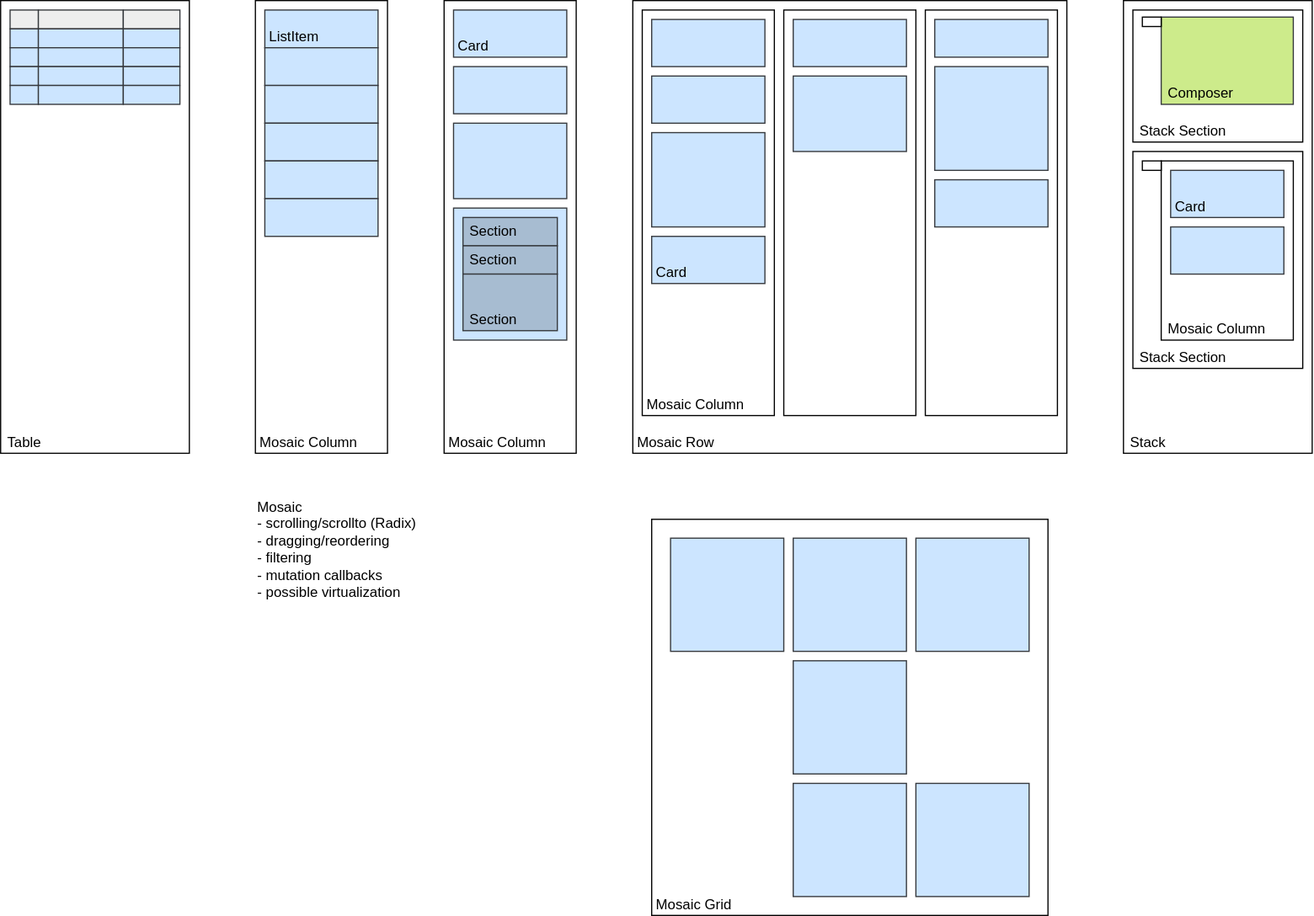
Above: packages/experimental/mosaic/docs/ux/cards.drawio.svg in dxos/dxos (draw.io), before the change. Source tidied: cells renumbered, new cells last; positions are measured from the earlier drawing's top-left corner, leaving out a move shared by most shapes.
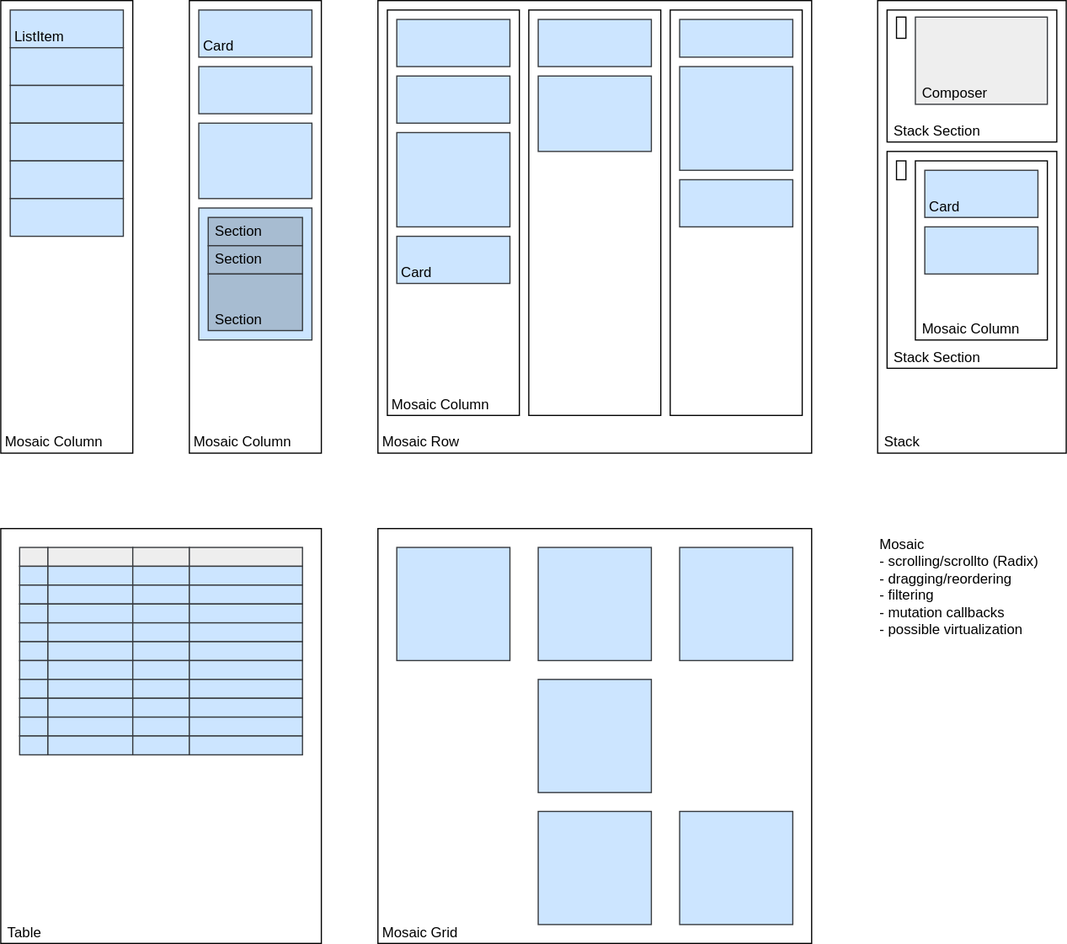
The same file after the commit.

Diff of the diagram source:
```diff
@@ -69,31 +69,31 @@
       <mxGeometry x="392" y="232" width="80" height="48" as="geometry" />
     </mxCell>
     <mxCell id="24" value="Stack" style="rounded=0;whiteSpace=wrap;html=1;align=left;verticalAlign=bottom;spacing=2;spacingLeft=4;spacingRight=2;" parent="1" vertex="1">
-      <mxGeometry x="952" width="160" height="384" as="geometry" />
+      <mxGeometry x="960" width="160" height="384" as="geometry" />
     </mxCell>
     <mxCell id="25" value="Stack Section" style="rounded=0;whiteSpace=wrap;html=1;spacing=2;spacingLeft=4;spacingRight=2;align=left;verticalAlign=bottom;" parent="1" vertex="1">
-      <mxGeometry x="960" y="8" width="144" height="112" as="geometry" />
+      <mxGeometry x="968" y="8" width="144" height="112" as="geometry" />
     </mxCell>
     <mxCell id="26" value="Stack Section" style="rounded=0;whiteSpace=wrap;html=1;spacing=2;spacingLeft=4;spacingRight=2;align=left;verticalAlign=bottom;" parent="1" vertex="1">
-      <mxGeometry x="960" y="128" width="144" height="184" as="geometry" />
+      <mxGeometry x="968" y="128" width="144" height="184" as="geometry" />
     </mxCell>
     <mxCell id="27" value="Mosaic Column" style="rounded=0;whiteSpace=wrap;html=1;spacing=2;spacingLeft=4;spacingRight=2;align=left;verticalAlign=bottom;" parent="1" vertex="1">
-      <mxGeometry x="984" y="136" width="112" height="152" as="geometry" />
+      <mxGeometry x="992" y="136" width="112" height="152" as="geometry" />
     </mxCell>
     <mxCell id="28" style="rounded=0;whiteSpace=wrap;html=1;" parent="1" vertex="1">
-      <mxGeometry x="968" y="136" width="16" height="8" as="geometry" />
+      <mxGeometry x="976" y="136" width="8" height="16" as="geometry" />
     </mxCell>
-    <mxCell id="29" value="Composer" style="rounded=0;whiteSpace=wrap;html=1;spacing=2;spacingLeft=4;spacingRight=2;align=left;verticalAlign=bottom;fillColor=#cdeb8b;strokeColor=#36393d;" parent="1" vertex="1">
-      <mxGeometry x="984" y="14" width="112" height="74" as="geometry" />
+    <mxCell id="29" value="Composer" style="rounded=0;whiteSpace=wrap;html=1;spacing=2;spacingLeft=4;spacingRight=2;align=left;verticalAlign=bottom;fillColor=#eeeeee;strokeColor=#36393d;" parent="1" vertex="1">
+      <mxGeometry x="992" y="14" width="112" height="74" as="geometry" />
     </mxCell>
     <mxCell id="30" style="rounded=0;whiteSpace=wrap;html=1;" parent="1" vertex="1">
-      <mxGeometry x="968" y="14" width="16" height="8" as="geometry" />
+      <mxGeometry x="976" y="14" width="8" height="18" as="geometry" />
     </mxCell>
     <mxCell id="31" style="rounded=0;whiteSpace=wrap;html=1;align=left;verticalAlign=bottom;spacing=2;spacingLeft=2;spacingRight=2;fillColor=#cce5ff;strokeColor=#36393d;" parent="1" vertex="1">
-      <mxGeometry x="992" y="192" width="96" height="40" as="geometry" />
+      <mxGeometry x="1000" y="192" width="96" height="40" as="geometry" />
     </mxCell>
     <mxCell id="32" value="Card" style="rounded=0;whiteSpace=wrap;html=1;align=left;verticalAlign=bottom;spacing=2;spacingLeft=2;spacingRight=2;fillColor=#cce5ff;strokeColor=#36393d;" parent="1" vertex="1">
-      <mxGeometry x="992" y="144" width="96" height="40" as="geometry" />
+      <mxGeometry x="1000" y="144" width="96" height="40" as="geometry" />
     </mxCell>
     <mxCell id="33" value="ListItem" style="rounded=0;whiteSpace=wrap;html=1;align=left;verticalAlign=bottom;spacing=2;spacingLeft=2;spacingRight=2;fillColor=#cce5ff;strokeColor=#36393d;" parent="1" vertex="1">
       <mxGeometry x="224" y="8" width="96" height="32" as="geometry" />
@@ -114,76 +114,163 @@
       <mxGeometry x="224" y="168" width="96" height="32" as="geometry" />
     </mxCell>
     <mxCell id="39" value="Mosaic&lt;br&gt;- scrolling/scrollto (Radix)&lt;br&gt;- dragging/reordering&lt;br&gt;- filtering&lt;br&gt;- mutation callbacks&lt;br&gt;- possible virtualization" style="rounded=0;whiteSpace=wrap;html=1;fillColor=none;strokeColor=none;align=left;verticalAlign=top;" parent="1" vertex="1">
-      <mxGeometry x="216" y="416" width="328" height="128" as="geometry" />
+      <mxGeometry x="960" y="448" width="160" height="352" as="geometry" />
     </mxCell>
     <mxCell id="40" value="Table" style="rounded=0;whiteSpace=wrap;html=1;align=left;verticalAlign=bottom;spacing=2;spacingLeft=4;spacingRight=2;" parent="1" vertex="1">
-      <mxGeometry width="160" height="384" as="geometry" />
+      <mxGeometry x="216" y="448" width="272" height="352" as="geometry" />
     </mxCell>
     <mxCell id="41" style="rounded=0;whiteSpace=wrap;html=1;align=left;verticalAlign=bottom;spacing=2;spacingLeft=2;spacingRight=2;fillColor=#eeeeee;strokeColor=#36393d;" parent="1" vertex="1">
-      <mxGeometry x="8" y="8" width="24" height="16" as="geometry" />
+      <mxGeometry x="232" y="464" width="24" height="16" as="geometry" />
     </mxCell>
     <mxCell id="42" style="rounded=0;whiteSpace=wrap;html=1;align=left;verticalAlign=bottom;spacing=2;spacingLeft=2;spacingRight=2;fillColor=#eeeeee;strokeColor=#36393d;" parent="1" vertex="1">
-      <mxGeometry x="32" y="8" width="72" height="16" as="geometry" />
+      <mxGeometry x="256" y="464" width="72" height="16" as="geometry" />
     </mxCell>
     <mxCell id="43" style="rounded=0;whiteSpace=wrap;html=1;align=left;verticalAlign=bottom;spacing=2;spacingLeft=2;spacingRight=2;fillColor=#eeeeee;strokeColor=#36393d;" parent="1" vertex="1">
-      <mxGeometry x="104" y="8" width="48" height="16" as="geometry" />
+      <mxGeometry x="328" y="464" width="48" height="16" as="geometry" />
     </mxCell>
     <mxCell id="44" style="rounded=0;whiteSpace=wrap;html=1;align=left;verticalAlign=bottom;spacing=2;spacingLeft=2;spacingRight=2;fillColor=#cce5ff;strokeColor=#36393d;" parent="1" vertex="1">
-      <mxGeometry x="8" y="24" width="24" height="16" as="geometry" />
+      <mxGeometry x="232" y="480" width="24" height="16" as="geometry" />
     </mxCell>
     <mxCell id="45" style="rounded=0;whiteSpace=wrap;html=1;align=left;verticalAlign=bottom;spacing=2;spacingLeft=2;spacingRight=2;fillColor=#cce5ff;strokeColor=#36393d;" parent="1" vertex="1">
-      <mxGeometry x="32" y="24" width="72" height="16" as="geometry" />
+      <mxGeometry x="256" y="480" width="72" height="16" as="geometry" />
     </mxCell>
     <mxCell id="46" style="rounded=0;whiteSpace=wrap;html=1;align=left;verticalAlign=bottom;spacing=2;spacingLeft=2;spacingRight=2;fillColor=#cce5ff;strokeColor=#36393d;" parent="1" vertex="1">
-      <mxGeometry x="104" y="24" width="48" height="16" as="geometry" />
+      <mxGeometry x="328" y="480" width="48" height="16" as="geometry" />
     </mxCell>
     <mxCell id="47" style="rounded=0;whiteSpace=wrap;html=1;align=left;verticalAlign=bottom;spacing=2;spacingLeft=2;spacingRight=2;fillColor=#cce5ff;strokeColor=#36393d;" parent="1" vertex="1">
-      <mxGeometry x="8" y="40" width="24" height="16" as="geometry" />
+      <mxGeometry x="232" y="496" width="24" height="16" as="geometry" />
     </mxCell>
     <mxCell id="48" style="rounded=0;whiteSpace=wrap;html=1;align=left;verticalAlign=bottom;spacing=2;spacingLeft=2;spacingRight=2;fillColor=#cce5ff;strokeColor=#36393d;" parent="1" vertex="1">
-      <mxGeometry x="32" y="40" width="72" height="16" as="geometry" />
+      <mxGeometry x="256" y="496" width="72" height="16" as="geometry" />
     </mxCell>
     <mxCell id="49" style="rounded=0;whiteSpace=wrap;html=1;align=left;verticalAlign=bottom;spacing=2;spacingLeft=2;spacingRight=2;fillColor=#cce5ff;strokeColor=#36393d;" parent="1" vertex="1">
-      <mxGeometry x="104" y="40" width="48" height="16" as="geometry" />
+      <mxGeometry x="328" y="496" width="48" height="16" as="geometry" />
     </mxCell>
     <mxCell id="50" style="rounded=0;whiteSpace=wrap;html=1;align=left;verticalAlign=bottom;spacing=2;spacingLeft=2;spacingRight=2;fillColor=#cce5ff;strokeColor=#36393d;" parent="1" vertex="1">
-      <mxGeometry x="8" y="56" width="24" height="16" as="geometry" />
+      <mxGeometry x="232" y="512" width="24" height="16" as="geometry" />
     </mxCell>
     <mxCell id="51" style="rounded=0;whiteSpace=wrap;html=1;align=left;verticalAlign=bottom;spacing=2;spacingLeft=2;spacingRight=2;fillColor=#cce5ff;strokeColor=#36393d;" parent="1" vertex="1">
-      <mxGeometry x="32" y="56" width="72" height="16" as="geometry" />
+      <mxGeometry x="256" y="512" width="72" height="16" as="geometry" />
     </mxCell>
     <mxCell id="52" style="rounded=0;whiteSpace=wrap;html=1;align=left;verticalAlign=bottom;spacing=2;spacingLeft=2;spacingRight=2;fillColor=#cce5ff;strokeColor=#36393d;" parent="1" vertex="1">
-      <mxGeometry x="104" y="56" width="48" height="16" as="geometry" />
+      <mxGeometry x="328" y="512" width="48" height="16" as="geometry" />
     </mxCell>
     <mxCell id="53" style="rounded=0;whiteSpace=wrap;html=1;align=left;verticalAlign=bottom;spacing=2;spacingLeft=2;spacingRight=2;fillColor=#cce5ff;strokeColor=#36393d;" parent="1" vertex="1">
-      <mxGeometry x="8" y="72" width="24" height="16" as="geometry" />
+      <mxGeometry x="232" y="528" width="24" height="16" as="geometry" />
     </mxCell>
     <mxCell id="54" style="rounded=0;whiteSpace=wrap;html=1;align=left;verticalAlign=bottom;spacing=2;spacingLeft=2;spacingRight=2;fillColor=#cce5ff;strokeColor=#36393d;" parent="1" vertex="1">
-      <mxGeometry x="32" y="72" width="72" height="16" as="geometry" />
+      <mxGeometry x="256" y="528" width="72" height="16" as="geometry" />
     </mxCell>
     <mxCell id="55" style="rounded=0;whiteSpace=wrap;html=1;align=left;verticalAlign=bottom;spacing=2;spacingLeft=2;spacingRight=2;fillColor=#cce5ff;strokeColor=#36393d;" parent="1" vertex="1">
-      <mxGeometry x="104" y="72" width="48" height="16" as="geometry" />
+      <mxGeometry x="328" y="528" width="48" height="16" as="geometry" />
     </mxCell>
     <mxCell id="56" value="Mosaic Grid" style="rounded=0;whiteSpace=wrap;html=1;align=left;verticalAlign=bottom;spacing=2;spacingLeft=2;spacingRight=2;" parent="1" vertex="1">
-      <mxGeometry x="552" y="440" width="336" height="336" as="geometry" />
+      <mxGeometry x="536" y="448" width="368" height="352" as="geometry" />
     </mxCell>
     <mxCell id="57" style="rounded=0;whiteSpace=wrap;html=1;spacing=2;spacingLeft=2;spacingRight=2;fillColor=#cce5ff;strokeColor=#36393d;" parent="1" vertex="1">
-      <mxGeometry x="568" y="456" width="96" height="96" as="geometry" />
+      <mxGeometry x="552" y="464" width="96" height="96" as="geometry" />
     </mxCell>
     <mxCell id="58" style="rounded=0;whiteSpace=wrap;html=1;spacing=2;spacingLeft=2;spacingRight=2;fillColor=#cce5ff;strokeColor=#36393d;" parent="1" vertex="1">
-      <mxGeometry x="672" y="456" width="96" height="96" as="geometry" />
+      <mxGeometry x="672" y="464" width="96" height="96" as="geometry" />
     </mxCell>
     <mxCell id="59" style="rounded=0;whiteSpace=wrap;html=1;spacing=2;spacingLeft=2;spacingRight=2;fillColor=#cce5ff;strokeColor=#36393d;" parent="1" vertex="1">
-      <mxGeometry x="776" y="456" width="96" height="96" as="geometry" />
+      <mxGeometry x="792" y="464" width="96" height="96" as="geometry" />
     </mxCell>
     <mxCell id="60" style="rounded=0;whiteSpace=wrap;html=1;spacing=2;spacingLeft=2;spacingRight=2;fillColor=#cce5ff;strokeColor=#36393d;" parent="1" vertex="1">
-      <mxGeometry x="672" y="560" width="96" height="96" as="geometry" />
+      <mxGeometry x="672" y="576" width="96" height="96" as="geometry" />
     </mxCell>
     <mxCell id="61" style="rounded=0;whiteSpace=wrap;html=1;spacing=2;spacingLeft=2;spacingRight=2;fillColor=#cce5ff;strokeColor=#36393d;" parent="1" vertex="1">
-      <mxGeometry x="672" y="664" width="96" height="96" as="geometry" />
+      <mxGeometry x="672" y="688" width="96" height="96" as="geometry" />
     </mxCell>
     <mxCell id="62" style="rounded=0;whiteSpace=wrap;html=1;spacing=2;spacingLeft=2;spacingRight=2;fillColor=#cce5ff;strokeColor=#36393d;" parent="1" vertex="1">
-      <mxGeometry x="776" y="664" width="96" height="96" as="geometry" />
+      <mxGeometry x="792" y="688" width="96" height="96" as="geometry" />
     </mxCell>
+    <mxCell id="63" style="rounded=0;whiteSpace=wrap;html=1;align=left;verticalAlign=bottom;spacing=2;spacingLeft=2;spacingRight=2;fillColor=#eeeeee;strokeColor=#36393d;" parent="1" vertex="1">
+      <mxGeometry x="376" y="464" width="96" height="16" as="geometry" />
+    </mxCell>
+    <mxCell id="64" style="rounded=0;whiteSpace=wrap;html=1;align=left;verticalAlign=bottom;spacing=2;spacingLeft=2;spacingRight=2;fillColor=#cce5ff;strokeColor=#36393d;" parent="1" vertex="1">
+      <mxGeometry x="376" y="480" width="96" height="16" as="geometry" />
+    </mxCell>
+    <mxCell id="65" style="rounded=0;whiteSpace=wrap;html=1;align=left;verticalAlign=bottom;spacing=2;spacingLeft=2;spacingRight=2;fillColor=#cce5ff;strokeColor=#36393d;" parent="1" vertex="1">
+      <mxGeometry x="376" y="496" width="96" height="16" as="geometry" />
+    </mxCell>
+    <mxCell id="66" style="rounded=0;whiteSpace=wrap;html=1;align=left;verticalAlign=bottom;spacing=2;spacingLeft=2;spacingRight=2;fillColor=#cce5ff;strokeColor=#36393d;" parent="1" vertex="1">
+      <mxGeometry x="376" y="512" width="96" height="16" as="geometry" />
+    </mxCell>
+    <mxCell id="67" style="rounded=0;whiteSpace=wrap;html=1;align=left;verticalAlign=bottom;spacing=2;spacingLeft=2;spacingRight=2;fillColor=#cce5ff;strokeColor=#36393d;" parent="1" vertex="1">
+      <mxGeometry x="376" y="528" width="96" height="16" as="geometry" />
+    </mxCell>
+    <mxCell id="68" style="rounded=0;whiteSpace=wrap;html=1;align=left;verticalAlign=bottom;spacing=2;spacingLeft=2;spacingRight=2;fillColor=#cce5ff;strokeColor=#36393d;" parent="1" vertex="1">
+      <mxGeometry x="232" y="544" width="24" height="16" as="geometry" />
+    </mxCell>
+    <mxCell id="69" style="rounded=0;whiteSpace=wrap;html=1;align=left;verticalAlign=bottom;spacing=2;spacingLeft=2;spacingRight=2;fillColor=#cce5ff;strokeColor=#36393d;" parent="1" vertex="1">
+      <mxGeometry x="256" y="544" width="72" height="16" as="geometry" />
+    </mxCell>
+    <mxCell id="70" style="rounded=0;whiteSpace=wrap;html=1;align=left;verticalAlign=bottom;spacing=2;spacingLeft=2;spacingRight=2;fillColor=#cce5ff;strokeColor=#36393d;" parent="1" vertex="1">
+      <mxGeometry x="328" y="544" width="48" height="16" as="geometry" />
+    </mxCell>
+    <mxCell id="71" style="rounded=0;whiteSpace=wrap;html=1;align=left;verticalAlign=bottom;spacing=2;spacingLeft=2;spacingRight=2;fillColor=#cce5ff;strokeColor=#36393d;" parent="1" vertex="1">
+      <mxGeometry x="232" y="560" width="24" height="16" as="geometry" />
+    </mxCell>
+    <mxCell id="72" style="rounded=0;whiteSpace=wrap;html=1;align=left;verticalAlign=bottom;spacing=2;spacingLeft=2;spacingRight=2;fillColor=#cce5ff;strokeColor=#36393d;" parent="1" vertex="1">
+      <mxGeometry x="256" y="560" width="72" height="16" as="geometry" />
+    </mxCell>
+    <mxCell id="73" style="rounded=0;whiteSpace=wrap;html=1;align=left;verticalAlign=bottom;spacing=2;spacingLeft=2;spacingRight=2;fillColor=#cce5ff;strokeColor=#36393d;" parent="1" vertex="1">
+      <mxGeometry x="328" y="560" width="48" height="16" as="geometry" />
+    </mxCell>
+    <mxCell id="74" style="rounded=0;whiteSpace=wrap;html=1;align=left;verticalAlign=bottom;spacing=2;spacingLeft=2;spacingRight=2;fillColor=#cce5ff;strokeColor=#36393d;" parent="1" vertex="1">
+      <mxGeometry x="232" y="576" width="24" height="16" as="geometry" />
+    </mxCell>
+    <mxCell id="75" style="rounded=0;whiteSpace=wrap;html=1;align=left;verticalAlign=bottom;spacing=2;spacingLeft=2;spacingRight=2;fillColor=#cce5ff;strokeColor=#36393d;" parent="1" vertex="1">
+      <mxGeometry x="256" y="576" width="72" height="16" as="geometry" />
+    </mxCell>
+    <mxCell id="76" style="rounded=0;whiteSpace=wrap;html=1;align=left;verticalAlign=bottom;spacing=2;spacingLeft=2;spacingRight=2;fillColor=#cce5ff;strokeColor=#36393d;" parent="1" vertex="1">
+      <mxGeometry x="328" y="576" width="48" height="16" as="geometry" />
+    </mxCell>
+    <mxCell id="77" style="rounded=0;whiteSpace=wrap;html=1;align=left;verticalAlign=bottom;spacing=2;spacingLeft=2;spacingRight=2;fillColor=#cce5ff;strokeColor=#36393d;" parent="1" vertex="1">
+      <mxGeometry x="376" y="544" width="96" height="16" as="geometry" />
+    </mxCell>
+    <mxCell id="78" style="rounded=0;whiteSpace=wrap;html=1;align=left;verticalAlign=bottom;spacing=2;spacingLeft=2;spacingRight=2;fillColor=#cce5ff;strokeColor=#36393d;" parent="1" vertex="1">
+      <mxGeometry x="376" y="560" width="96" height="16" as="geometry" />
+    </mxCell>
+    <mxCell id="79" style="rounded=0;whiteSpace=wrap;html=1;align=left;verticalAlign=bottom;spacing=2;spacingLeft=2;spacingRight=2;fillColor=#cce5ff;strokeColor=#36393d;" parent="1" vertex="1">
+      <mxGeometry x="376" y="576" width="96" height="16" as="geometry" />
+    </mxCell>
+    <mxCell id="80" style="rounded=0;whiteSpace=wrap;html=1;align=left;verticalAlign=bottom;spacing=2;spacingLeft=2;spacingRight=2;fillColor=#cce5ff;strokeColor=#36393d;" parent="1" vertex="1">
+      <mxGeometry x="232" y="592" width="24" height="16" as="geometry" />
+    </mxCell>
+    <mxCell id="81" style="rounded=0;whiteSpace=wrap;html=1;align=left;verticalAlign=bottom;spacing=2;spacingLeft=2;spacingRight=2;fillColor=#cce5ff;strokeColor=#36393d;" parent="1" vertex="1">
+      <mxGeometry x="256" y="592" width="72" height="16" as="geometry" />
+    </mxCell>
+    <mxCell id="82" style="rounded=0;whiteSpace=wrap;html=1;align=left;verticalAlign=bottom;spacing=2;spacingLeft=2;spacingRight=2;fillColor=#cce5ff;strokeColor=#36393d;" parent="1" vertex="1">
+      <mxGeometry x="328" y="592" width="48" height="16" as="geometry" />
+    </mxCell>
+    <mxCell id="83" style="rounded=0;whiteSpace=wrap;html=1;align=left;verticalAlign=bottom;spacing=2;spacingLeft=2;spacingRight=2;fillColor=#cce5ff;strokeColor=#36393d;" parent="1" vertex="1">
+      <mxGeometry x="232" y="608" width="24" height="16" as="geometry" />
+    </mxCell>
+    <mxCell id="84" style="rounded=0;whiteSpace=wrap;html=1;align=left;verticalAlign=bottom;spacing=2;spacingLeft=2;spacingRight=2;fillColor=#cce5ff;strokeColor=#36393d;" parent="1" vertex="1">
+      <mxGeometry x="256" y="608" width="72" height="16" as="geometry" />
+    </mxCell>
+    <mxCell id="85" style="rounded=0;whiteSpace=wrap;html=1;align=left;verticalAlign=bottom;spacing=2;spacingLeft=2;spacingRight=2;fillColor=#cce5ff;strokeColor=#36393d;" parent="1" vertex="1">
+      <mxGeometry x="328" y="608" width="48" height="16" as="geometry" />
+    </mxCell>
+    <mxCell id="86" style="rounded=0;whiteSpace=wrap;html=1;align=left;verticalAlign=bottom;spacing=2;spacingLeft=2;spacingRight=2;fillColor=#cce5ff;strokeColor=#36393d;" parent="1" vertex="1">
+      <mxGeometry x="232" y="624" width="24" height="16" as="geometry" />
+    </mxCell>
+    <mxCell id="87" style="rounded=0;whiteSpace=wrap;html=1;align=left;verticalAlign=bottom;spacing=2;spacingLeft=2;spacingRight=2;fillColor=#cce5ff;strokeColor=#36393d;" parent="1" vertex="1">
+      <mxGeometry x="256" y="624" width="72" height="16" as="geometry" />
+    </mxCell>
+    <mxCell id="88" style="rounded=0;whiteSpace=wrap;html=1;align=left;verticalAlign=bottom;spacing=2;spacingLeft=2;spacingRight=2;fillColor=#cce5ff;strokeColor=#36393d;" parent="1" vertex="1">
+      <mxGeometry x="328" y="624" width="48" height="16" as="geometry" />
+    </mxCell>
+    <mxCell id="89" style="rounded=0;whiteSpace=wrap;html=1;align=left;verticalAlign=bottom;spacing=2;spacingLeft=2;spacingRight=2;fillColor=#cce5ff;strokeColor=#36393d;" parent="1" vertex="1">
+      <mxGeometry x="376" y="592" width="96" height="16" as="geometry" />
+    </mxCell>
+    <mxCell id="90" style="rounded=0;whiteSpace=wrap;html=1;align=left;verticalAlign=bottom;spacing=2;spacingLeft=2;spacingRight=2;fillColor=#cce5ff;strokeColor=#36393d;" parent="1" vertex="1">
+      <mxGeometry x="376" y="608" width="96" height="16" as="geometry" />
+    </mxCell>
+    <mxCell id="91" style="rounded=0;whiteSpace=wrap;html=1;align=left;verticalAlign=bottom;spacing=2;spacingLeft=2;spacingRight=2;fillColor=#cce5ff;strokeColor=#36393d;" parent="1" vertex="1">
+      <mxGeometry x="376" y="624" width="96" height="16" as="geometry" />
+    </mxCell>
   </root>
 </mxGraphModel>
```
